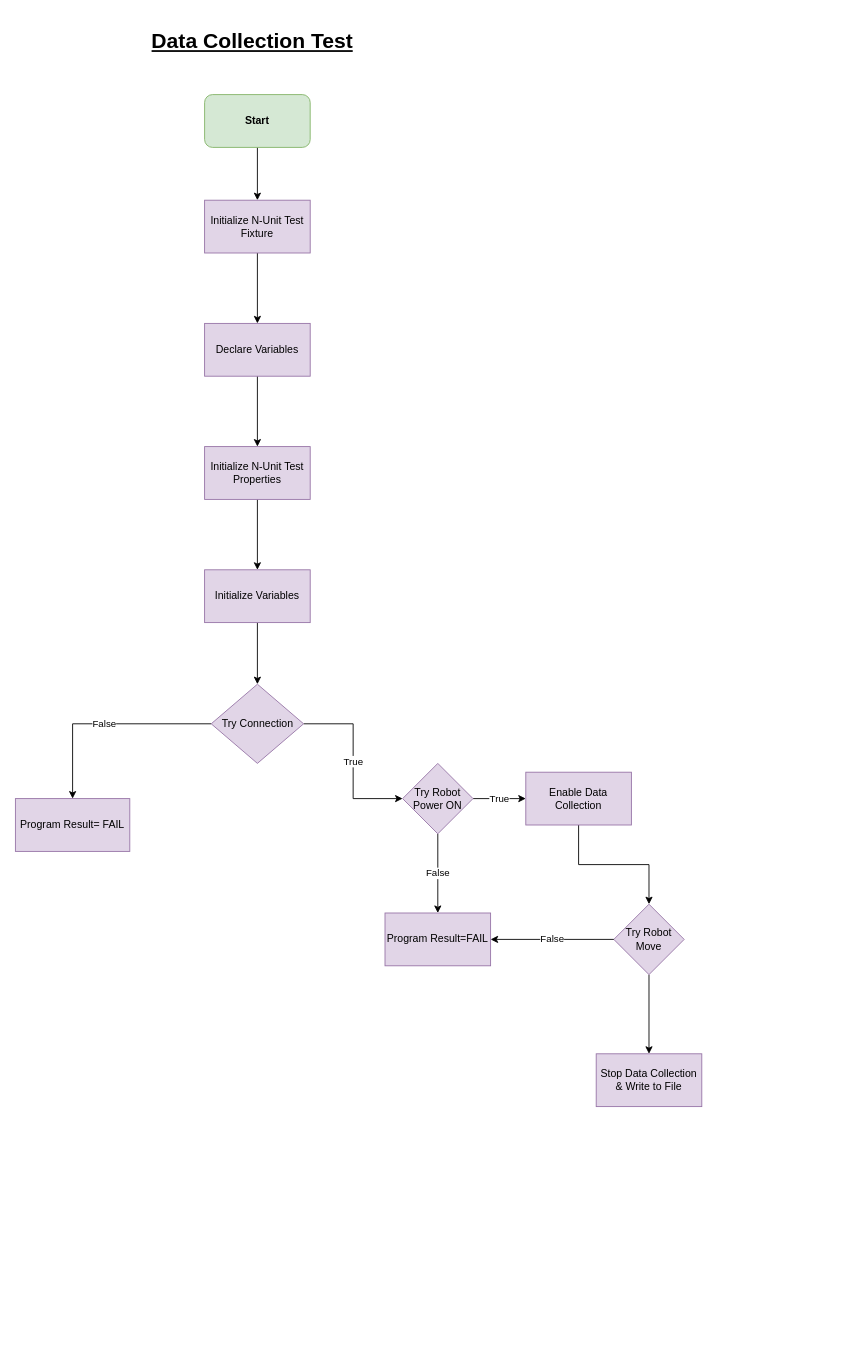
This is page "DataCollectionTest" (2 of 2) of ProductionTestCompatabilityFLOWCHARTS.drawio from SydneySwofford/Notes, a draw.io file, before an edit. Source tidied: cells renumbered, new cells numbered last; positions are measured from the earlier drawing's top-left corner, leaving out a move shared by most shapes. Both pictures are drawn from the tidied source at 88%, with x=0, y=0 at pixel (15, 24).
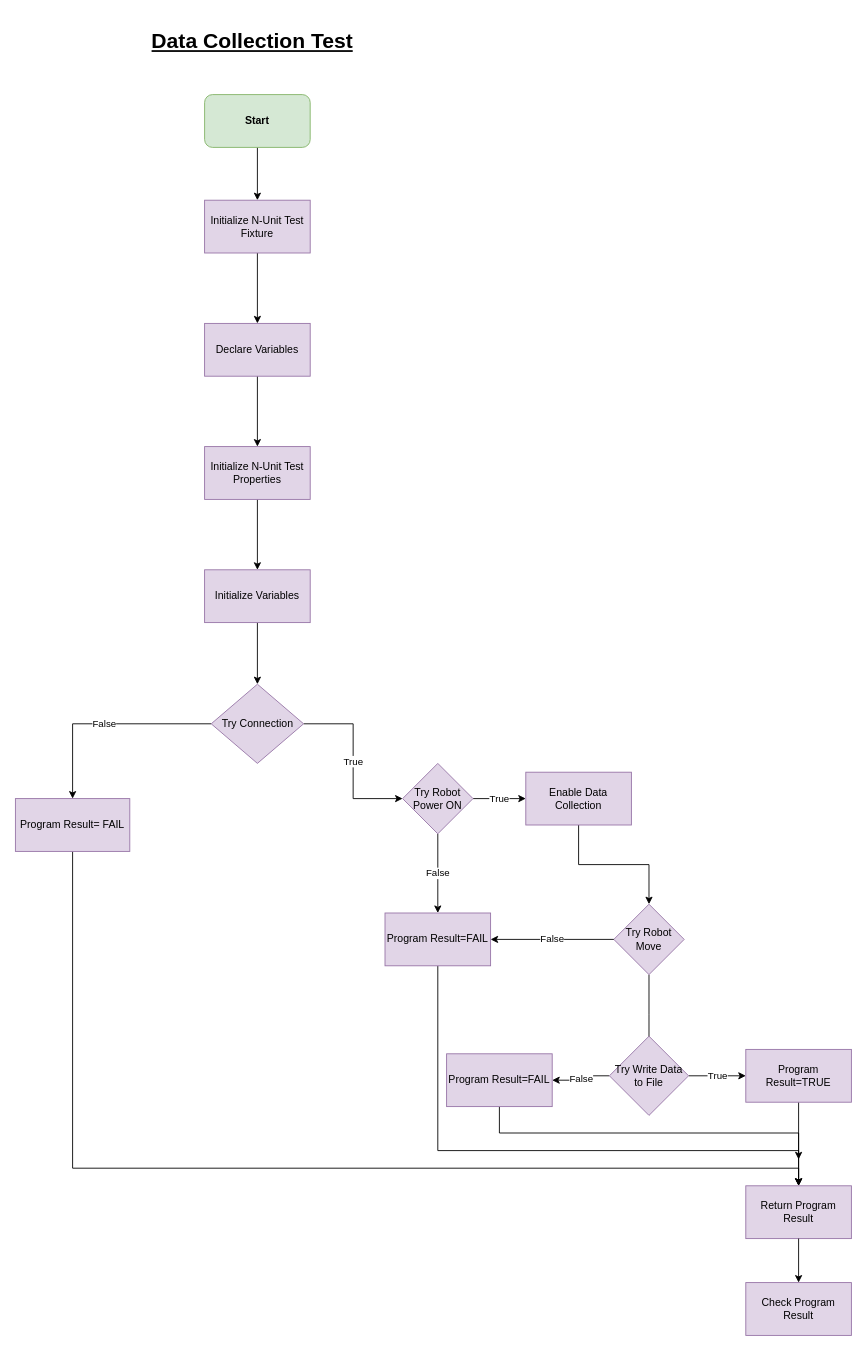
Above is the later version.

Unchanged cells that the change refers to:
```xml
<mxCell id="14" value="Program Result= FAIL" style="whiteSpace=wrap;html=1;fillColor=#e1d5e7;strokeColor=#9673a6;rounded=0;" parent="1" vertex="1">
  <mxGeometry y="880" width="130" height="60" as="geometry" />
</mxCell>
<mxCell id="20" value="Program Result=FAIL" style="whiteSpace=wrap;html=1;fillColor=#e1d5e7;strokeColor=#9673a6;" parent="1" vertex="1">
  <mxGeometry x="420" y="1010" width="120" height="60" as="geometry" />
</mxCell>
<mxCell id="24" value="Try Robot Move" style="rhombus;whiteSpace=wrap;html=1;fillColor=#e1d5e7;strokeColor=#9673a6;" parent="1" vertex="1">
  <mxGeometry x="680" y="1000" width="80" height="80" as="geometry" />
</mxCell>
```

The edit, as a diff of the source:
```diff
@@
+    <mxCell id="27" style="edgeStyle=orthogonalEdgeStyle;rounded=0;jettySize=auto;html=1;entryX=0.5;entryY=0;entryDx=0;entryDy=0;" parent="1" edge="1" source="14" target="37">
+      <mxGeometry relative="1" as="geometry">
+        <Array as="points">
+          <mxPoint x="65" y="1300" />
+          <mxPoint x="890" y="1300" />
+        </Array>
+      </mxGeometry>
+    </mxCell>
@@
+    <mxCell id="28" style="edgeStyle=orthogonalEdgeStyle;rounded=0;jettySize=auto;html=1;exitX=0.5;exitY=1;exitDx=0;exitDy=0;" parent="1" edge="1" source="20">
+      <mxGeometry relative="1" as="geometry">
+        <mxPoint x="890" y="1290" as="targetPoint" />
+        <Array as="points">
+          <mxPoint x="480" y="1280" />
+          <mxPoint x="890" y="1280" />
+        </Array>
+      </mxGeometry>
+    </mxCell>
@@
-    <mxCell id="23" style="edgeStyle=orthogonalEdgeStyle;rounded=0;jettySize=auto;html=1;" parent="1" edge="1" source="24" target="26">
-      <mxGeometry relative="1" as="geometry" />
+    <mxCell id="23" style="edgeStyle=orthogonalEdgeStyle;rounded=0;jettySize=auto;html=1;" parent="1" edge="1" source="24">
+      <mxGeometry relative="1" as="geometry">
+        <mxPoint x="720" y="1170" as="targetPoint" />
+      </mxGeometry>
     </mxCell>
@@
-    <mxCell id="26" value="Stop Data Collection &amp;amp; Write to File" style="whiteSpace=wrap;html=1;fillColor=#e1d5e7;strokeColor=#9673a6;" parent="1" vertex="1">
-      <mxGeometry x="660" y="1170" width="120" height="60" as="geometry" />
-    </mxCell>
+    <mxCell id="29" value="Check Program Result" style="whiteSpace=wrap;html=1;fillColor=#e1d5e7;strokeColor=#9673a6;" parent="1" vertex="1">
+      <mxGeometry x="830" y="1430" width="120" height="60" as="geometry" />
+    </mxCell>
+    <mxCell id="30" value="False" style="edgeStyle=orthogonalEdgeStyle;rounded=0;jettySize=auto;html=1;" parent="1" edge="1" source="32" target="34">
+      <mxGeometry relative="1" as="geometry" />
+    </mxCell>
+    <mxCell id="31" value="True" style="edgeStyle=orthogonalEdgeStyle;rounded=0;jettySize=auto;html=1;" parent="1" edge="1" source="32" target="36">
+      <mxGeometry relative="1" as="geometry" />
+    </mxCell>
+    <mxCell id="32" value="Try Write Data to File" style="rhombus;whiteSpace=wrap;html=1;fillColor=#e1d5e7;strokeColor=#9673a6;" parent="1" vertex="1">
+      <mxGeometry x="675" y="1150" width="90" height="90" as="geometry" />
+    </mxCell>
+    <mxCell id="33" style="edgeStyle=orthogonalEdgeStyle;rounded=0;jettySize=auto;html=1;entryX=0.5;entryY=0;entryDx=0;entryDy=0;exitX=0.5;exitY=1;exitDx=0;exitDy=0;" parent="1" edge="1" source="34" target="37">
+      <mxGeometry relative="1" as="geometry">
+        <Array as="points">
+          <mxPoint x="550" y="1260" />
+          <mxPoint x="890" y="1260" />
+        </Array>
+      </mxGeometry>
+    </mxCell>
+    <mxCell id="34" value="Program Result=FAIL" style="whiteSpace=wrap;html=1;fillColor=#e1d5e7;strokeColor=#9673a6;" parent="1" vertex="1">
+      <mxGeometry x="490" y="1170" width="120" height="60" as="geometry" />
+    </mxCell>
+    <mxCell id="35" style="edgeStyle=orthogonalEdgeStyle;rounded=0;jettySize=auto;html=1;" parent="1" edge="1" source="36" target="37">
+      <mxGeometry relative="1" as="geometry" />
+    </mxCell>
+    <mxCell id="36" value="Program Result=TRUE" style="whiteSpace=wrap;html=1;fillColor=#e1d5e7;strokeColor=#9673a6;" parent="1" vertex="1">
+      <mxGeometry x="830" y="1165" width="120" height="60" as="geometry" />
+    </mxCell>
+    <mxCell id="37" value="Return Program Result" style="whiteSpace=wrap;html=1;fillColor=#e1d5e7;strokeColor=#9673a6;" parent="1" vertex="1">
+      <mxGeometry x="830" y="1320" width="120" height="60" as="geometry" />
+    </mxCell>
+    <mxCell id="38" style="endArrow=classic;html=1;rounded=0;exitX=0.5;exitY=1;exitDx=0;exitDy=0;entryX=0.5;entryY=0;entryDx=0;entryDy=0;" parent="1" edge="1" source="37" target="29">
+      <mxGeometry relative="1" as="geometry" />
+    </mxCell>
```
